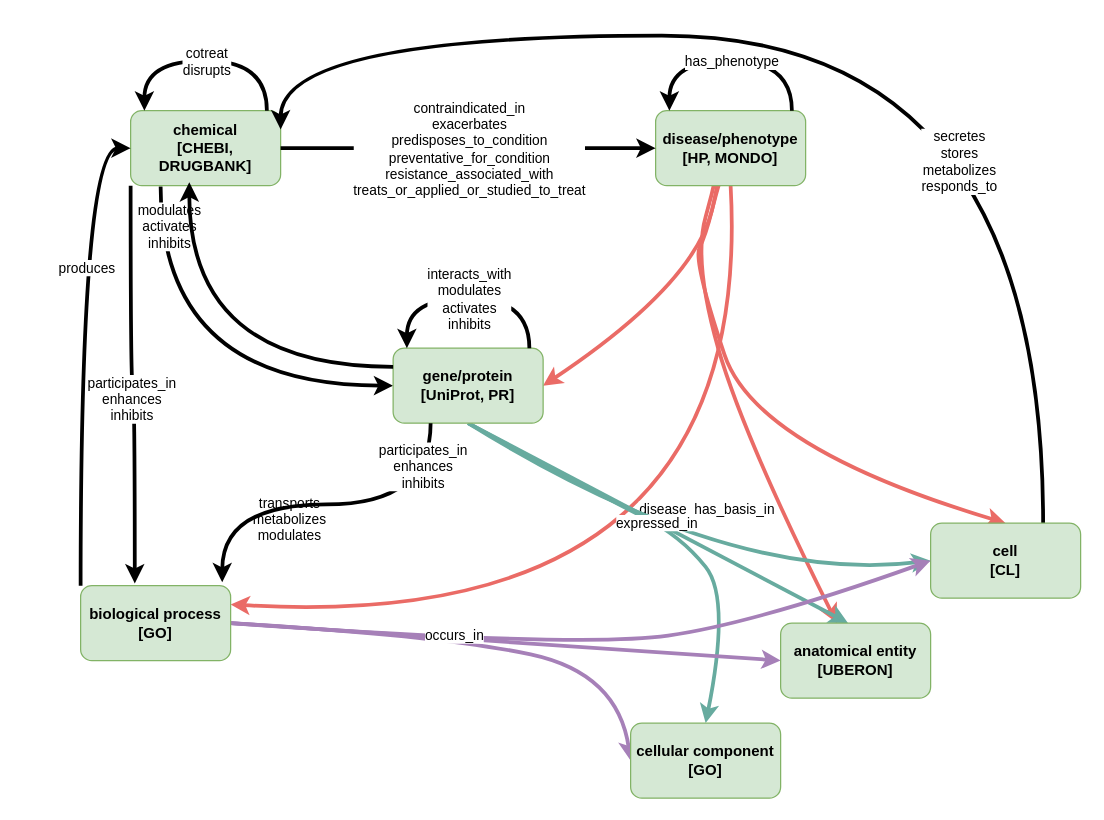
Above: docs/tmkp-targeted-kg.drawio in UCDenver-ccp/translator-relation-extraction (draw.io), before the change. Source tidied: cells renumbered, new cells numbered last; positions are measured from the earlier drawing's top-left corner, leaving out a move shared by most shapes. Both pictures are drawn from the tidied source at 125%, with x=0, y=0 at pixel (80, 35).
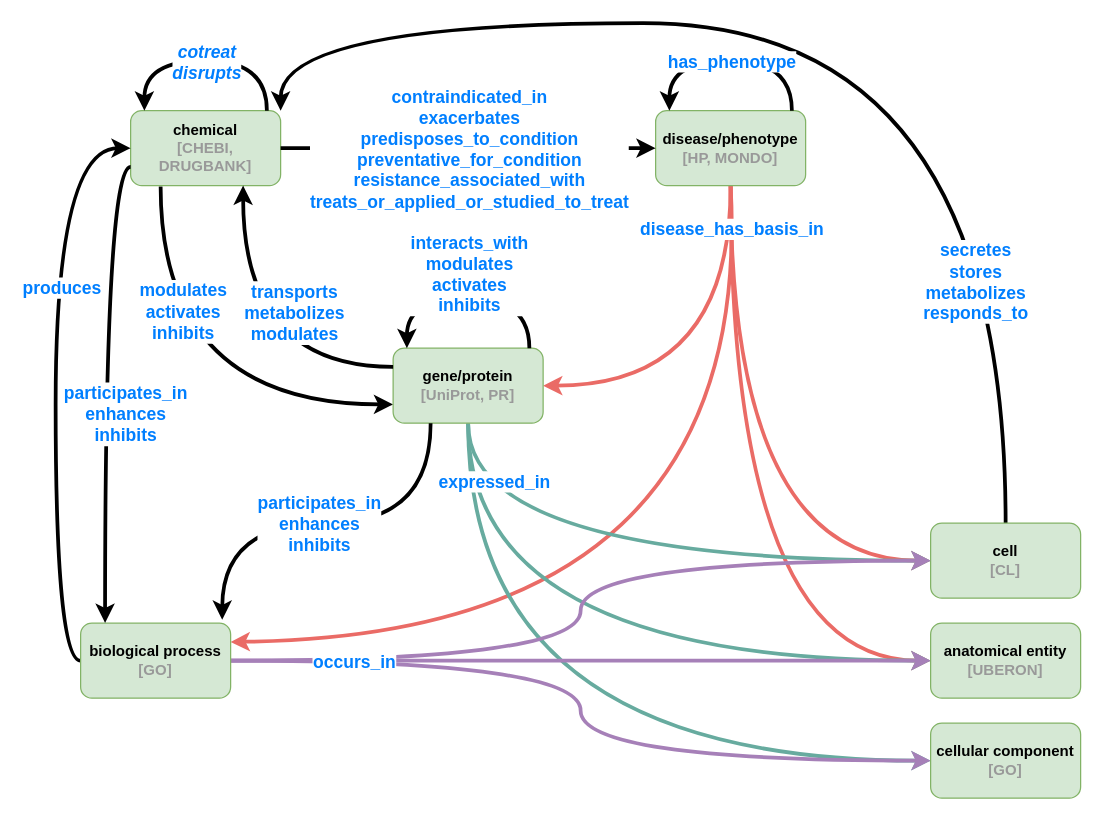
After the change.

Unchanged cells that the change refers to:
```xml
<mxCell id="28" style="endArrow=classic;html=1;rounded=0;exitX=1;exitY=0.5;exitDx=0;exitDy=0;entryX=0;entryY=0.5;entryDx=0;entryDy=0;curved=1;strokeWidth=3;" parent="1" edge="1" source="4" target="10">
  <mxGeometry relative="1" as="geometry" />
</mxCell>
<mxCell id="30" style="edgeStyle=orthogonalEdgeStyle;rounded=0;orthogonalLoop=1;jettySize=auto;html=1;curved=1;strokeWidth=3;" parent="1" edge="1">
  <mxGeometry relative="1" as="geometry">
    <mxPoint x="359" y="250" as="sourcePoint" />
    <mxPoint x="261" y="250" as="targetPoint" />
    <Array as="points">
      <mxPoint x="359" y="210" />
      <mxPoint x="261" y="210" />
    </Array>
  </mxGeometry>
</mxCell>
<mxCell id="34" style="edgeStyle=orthogonalEdgeStyle;rounded=0;orthogonalLoop=1;jettySize=auto;html=1;curved=1;strokeWidth=3;" parent="1" edge="1">
  <mxGeometry relative="1" as="geometry">
    <mxPoint x="149" y="60" as="sourcePoint" />
    <mxPoint x="51" y="60" as="targetPoint" />
    <Array as="points">
      <mxPoint x="149" y="20" />
      <mxPoint x="51" y="20" />
    </Array>
  </mxGeometry>
</mxCell>
<mxCell id="36" style="edgeStyle=orthogonalEdgeStyle;rounded=0;orthogonalLoop=1;jettySize=auto;html=1;curved=1;strokeWidth=3;" parent="1" edge="1">
  <mxGeometry relative="1" as="geometry">
    <mxPoint x="569" y="60" as="sourcePoint" />
    <mxPoint x="471" y="60" as="targetPoint" />
    <Array as="points">
      <mxPoint x="569" y="20" />
      <mxPoint x="471" y="20" />
    </Array>
  </mxGeometry>
</mxCell>
<mxCell id="38" style="edgeStyle=orthogonalEdgeStyle;rounded=0;jettySize=auto;html=1;exitX=0.25;exitY=1;exitDx=0;exitDy=0;entryX=0.944;entryY=-0.045;entryDx=0;entryDy=0;entryPerimeter=0;strokeWidth=3;curved=1;" parent="1" edge="1" source="15" target="25">
  <mxGeometry relative="1" as="geometry" />
</mxCell>
```

Change to the diagram source:
```diff
@@
-    <mxCell id="2" style="edgeStyle=orthogonalEdgeStyle;rounded=0;jettySize=auto;html=1;exitX=0.2;exitY=1.011;exitDx=0;exitDy=0;entryX=0;entryY=0.5;entryDx=0;entryDy=0;curved=1;strokeWidth=3;exitPerimeter=0;" parent="1" edge="1" source="4" target="15">
+    <mxCell id="2" style="edgeStyle=orthogonalEdgeStyle;rounded=0;jettySize=auto;html=1;exitX=0.2;exitY=1.011;exitDx=0;exitDy=0;entryX=0;entryY=0.75;entryDx=0;entryDy=0;curved=1;strokeWidth=3;exitPerimeter=0;" parent="1" edge="1" source="4" target="15">
       <mxGeometry relative="1" as="geometry" />
     </mxCell>
-    <mxCell id="3" value="modulates&lt;div&gt;activates&lt;/div&gt;&lt;div&gt;inhibits&lt;/div&gt;" style="edgeLabel;html=1;align=center;verticalAlign=middle;" parent="2" vertex="1">
+    <mxCell id="3" value="modulates&lt;div style=&quot;font-size: 14px;&quot;&gt;activates&lt;/div&gt;&lt;div style=&quot;font-size: 14px;&quot;&gt;inhibits&lt;/div&gt;" style="edgeLabel;html=1;align=center;verticalAlign=middle;fontColor=#007FFF;fontStyle=1;fontSize=14;" parent="2" vertex="1">
       <mxGeometry x="-0.68" y="-1" relative="1" as="geometry">
-        <mxPoint x="7" y="-23" as="offset" />
+        <mxPoint x="18" y="42" as="offset" />
       </mxGeometry>
     </mxCell>
-    <mxCell id="4" value="&lt;b&gt;chemical&lt;/b&gt;&lt;div&gt;&lt;b&gt;[CHEBI, DRUGBANK]&lt;/b&gt;&lt;/div&gt;" style="rounded=1;whiteSpace=wrap;html=1;fillColor=#d5e8d4;strokeColor=#82b366;" parent="1" vertex="1">
+    <mxCell id="4" value="&lt;b&gt;chemical&lt;/b&gt;&lt;div&gt;&lt;b&gt;&lt;font color=&quot;#999999&quot;&gt;[CHEBI, DRUGBANK]&lt;/font&gt;&lt;/b&gt;&lt;/div&gt;" style="rounded=1;whiteSpace=wrap;html=1;fillColor=#d5e8d4;strokeColor=#82b366;" parent="1" vertex="1">
       <mxGeometry x="40" y="60" width="120" height="60" as="geometry" />
     </mxCell>
+    <mxCell id="8" style="rounded=0;jettySize=auto;html=1;entryX=1;entryY=0.25;entryDx=0;entryDy=0;curved=1;strokeWidth=3;strokeColor=#EA6B66;" parent="1" edge="1" target="25">
+      <mxGeometry relative="1" as="geometry">
+        <mxPoint x="520" y="120" as="sourcePoint" />
+        <Array as="points">
+          <mxPoint x="540" y="480" />
+        </Array>
+      </mxGeometry>
+    </mxCell>
+    <mxCell id="6" style="edgeStyle=orthogonalEdgeStyle;rounded=0;jettySize=auto;html=1;exitX=0.5;exitY=1;exitDx=0;exitDy=0;entryX=0;entryY=0.5;entryDx=0;entryDy=0;curved=1;strokeWidth=3;strokeColor=#EA6B66;" parent="1" edge="1" source="10" target="18">
+      <mxGeometry relative="1" as="geometry" />
+    </mxCell>
-    <mxCell id="5" style="rounded=0;jettySize=auto;html=1;exitX=0.5;exitY=1;exitDx=0;exitDy=0;curved=1;strokeWidth=3;strokeColor=#EA6B66;" parent="1" edge="1" source="10" target="27">
-      <mxGeometry relative="1" as="geometry">
-        <Array as="points">
-          <mxPoint x="520" y="40" />
-          <mxPoint x="510" y="110" />
-          <mxPoint x="490" y="180" />
-          <mxPoint x="530" y="320" />
-        </Array>
-      </mxGeometry>
+    <mxCell id="5" style="edgeStyle=orthogonalEdgeStyle;rounded=0;jettySize=auto;html=1;exitX=0.5;exitY=1;exitDx=0;exitDy=0;entryX=0;entryY=0.5;entryDx=0;entryDy=0;curved=1;strokeWidth=3;strokeColor=#EA6B66;" parent="1" edge="1" source="10" target="27">
+      <mxGeometry relative="1" as="geometry" />
     </mxCell>
-    <mxCell id="6" style="rounded=0;jettySize=auto;html=1;exitX=0.5;exitY=1;exitDx=0;exitDy=0;entryX=0.5;entryY=0;entryDx=0;entryDy=0;curved=1;strokeWidth=3;strokeColor=#EA6B66;" parent="1" edge="1" source="10" target="18">
-      <mxGeometry relative="1" as="geometry">
-        <Array as="points">
-          <mxPoint x="520" y="40" />
-          <mxPoint x="510" y="120" />
-          <mxPoint x="500" y="160" />
-          <mxPoint x="490" y="180" />
-          <mxPoint x="540" y="330" />
-        </Array>
-      </mxGeometry>
-    </mxCell>
-    <mxCell id="7" style="rounded=0;jettySize=auto;html=1;exitX=0.5;exitY=1;exitDx=0;exitDy=0;entryX=1;entryY=0.5;entryDx=0;entryDy=0;curved=1;strokeWidth=3;strokeColor=#EA6B66;" parent="1" edge="1" source="10" target="15">
+    <mxCell id="7" style="edgeStyle=orthogonalEdgeStyle;rounded=0;jettySize=auto;html=1;exitX=0.5;exitY=1;exitDx=0;exitDy=0;entryX=1;entryY=0.5;entryDx=0;entryDy=0;curved=1;strokeWidth=3;strokeColor=#EA6B66;" parent="1" edge="1" source="10" target="15">
       <mxGeometry relative="1" as="geometry">
         <Array as="points">
-          <mxPoint x="520" y="80" />
-          <mxPoint x="490" y="200" />
+          <mxPoint x="520" y="280" />
         </Array>
       </mxGeometry>
     </mxCell>
-    <mxCell id="8" style="rounded=0;jettySize=auto;html=1;exitX=0.5;exitY=1;exitDx=0;exitDy=0;entryX=1;entryY=0.25;entryDx=0;entryDy=0;curved=1;strokeWidth=3;strokeColor=#EA6B66;" parent="1" edge="1" source="10" target="25">
-      <mxGeometry relative="1" as="geometry">
-        <Array as="points">
-          <mxPoint x="540" y="480" />
-        </Array>
-      </mxGeometry>
-    </mxCell>
-    <mxCell id="9" value="disease_has_basis_in" style="edgeLabel;html=1;align=center;verticalAlign=middle;" parent="8" vertex="1">
-      <mxGeometry x="-0.88" y="-1" relative="1" as="geometry">
-        <mxPoint x="-21" y="212" as="offset" />
-      </mxGeometry>
+    <mxCell id="9" value="disease_has_basis_in" style="edgeLabel;html=1;align=center;verticalAlign=middle;fontColor=#007FFF;fontStyle=1;fontSize=14;" parent="7" vertex="1">
+      <mxGeometry x="-0.78" relative="1" as="geometry" />
     </mxCell>
-    <mxCell id="10" value="&lt;b&gt;disease/phenotype&lt;/b&gt;&lt;div&gt;&lt;b&gt;[HP, MONDO]&lt;/b&gt;&lt;/div&gt;" style="rounded=1;whiteSpace=wrap;html=1;fillColor=#d5e8d4;strokeColor=#82b366;" parent="1" vertex="1">
+    <mxCell id="10" value="&lt;b&gt;disease/phenotype&lt;/b&gt;&lt;div&gt;&lt;b&gt;&lt;font color=&quot;#999999&quot;&gt;[HP, MONDO]&lt;/font&gt;&lt;/b&gt;&lt;/div&gt;" style="rounded=1;whiteSpace=wrap;html=1;fillColor=#d5e8d4;strokeColor=#82b366;" parent="1" vertex="1">
       <mxGeometry x="460" y="60" width="120" height="60" as="geometry" />
     </mxCell>
-    <mxCell id="11" style="rounded=0;jettySize=auto;html=1;exitX=0.5;exitY=1;exitDx=0;exitDy=0;entryX=0.5;entryY=0;entryDx=0;entryDy=0;curved=1;strokeWidth=3;strokeColor=#67AB9F;" parent="1" edge="1" source="15" target="26">
-      <mxGeometry relative="1" as="geometry">
-        <Array as="points">
-          <mxPoint x="420" y="370" />
-          <mxPoint x="480" y="400" />
-          <mxPoint x="520" y="450" />
-        </Array>
-      </mxGeometry>
+    <mxCell id="11" style="edgeStyle=orthogonalEdgeStyle;rounded=0;jettySize=auto;html=1;exitX=0.5;exitY=1;exitDx=0;exitDy=0;entryX=0;entryY=0.5;entryDx=0;entryDy=0;curved=1;strokeWidth=3;strokeColor=#67AB9F;" parent="1" edge="1" source="15" target="26">
+      <mxGeometry relative="1" as="geometry" />
     </mxCell>
-    <mxCell id="12" style="rounded=0;jettySize=auto;html=1;exitX=0.5;exitY=1;exitDx=0;exitDy=0;entryX=0.45;entryY=0;entryDx=0;entryDy=0;entryPerimeter=0;strokeWidth=3;strokeColor=#67AB9F;" parent="1" edge="1" source="15" target="27">
+    <mxCell id="12" style="edgeStyle=orthogonalEdgeStyle;rounded=0;jettySize=auto;html=1;exitX=0.5;exitY=1;exitDx=0;exitDy=0;entryX=0;entryY=0.5;entryDx=0;entryDy=0;curved=1;strokeWidth=3;strokeColor=#67AB9F;" parent="1" edge="1" source="15" target="27">
       <mxGeometry relative="1" as="geometry" />
     </mxCell>
-    <mxCell id="13" style="rounded=0;jettySize=auto;html=1;exitX=0.5;exitY=1;exitDx=0;exitDy=0;entryX=0;entryY=0.5;entryDx=0;entryDy=0;curved=1;strokeWidth=3;strokeColor=#67AB9F;" parent="1" edge="1" source="15" target="18">
-      <mxGeometry relative="1" as="geometry">
-        <Array as="points">
-          <mxPoint x="520" y="440" />
-        </Array>
-      </mxGeometry>
+    <mxCell id="13" style="edgeStyle=orthogonalEdgeStyle;rounded=0;jettySize=auto;html=1;exitX=0.5;exitY=1;exitDx=0;exitDy=0;entryX=0;entryY=0.5;entryDx=0;entryDy=0;curved=1;strokeWidth=3;strokeColor=#67AB9F;" parent="1" edge="1" source="15" target="18">
+      <mxGeometry relative="1" as="geometry" />
     </mxCell>
-    <mxCell id="14" value="expressed_in" style="edgeLabel;html=1;align=center;verticalAlign=middle;" parent="13" vertex="1">
-      <mxGeometry x="-0.71" y="-2" relative="1" as="geometry">
-        <mxPoint x="101" y="47" as="offset" />
+    <mxCell id="14" value="expressed_in" style="edgeLabel;html=1;align=center;verticalAlign=middle;fontColor=#007FFF;fontSize=14;fontStyle=1;" parent="13" vertex="1">
+      <mxGeometry x="-0.81" y="22" relative="1" as="geometry">
+        <mxPoint x="-2" as="offset" />
       </mxGeometry>
     </mxCell>
-    <mxCell id="15" value="&lt;b&gt;gene/protein&lt;/b&gt;&lt;div&gt;&lt;b&gt;[UniProt, PR&lt;/b&gt;&lt;b style=&quot;background-color: initial;&quot;&gt;]&lt;/b&gt;&lt;/div&gt;" style="rounded=1;whiteSpace=wrap;html=1;fillColor=#d5e8d4;strokeColor=#82b366;" parent="1" vertex="1">
+    <mxCell id="15" value="&lt;b&gt;gene/protein&lt;/b&gt;&lt;div&gt;&lt;font color=&quot;#999999&quot;&gt;&lt;b&gt;[UniProt, PR&lt;/b&gt;&lt;b style=&quot;background-color: initial;&quot;&gt;]&lt;/b&gt;&lt;/font&gt;&lt;/div&gt;" style="rounded=1;whiteSpace=wrap;html=1;fillColor=#d5e8d4;strokeColor=#82b366;" parent="1" vertex="1">
       <mxGeometry x="250" y="250" width="120" height="60" as="geometry" />
     </mxCell>
-    <mxCell id="16" style="edgeStyle=orthogonalEdgeStyle;rounded=0;jettySize=auto;html=1;exitX=0.75;exitY=0;exitDx=0;exitDy=0;entryX=1;entryY=0.25;entryDx=0;entryDy=0;curved=1;strokeWidth=3;" parent="1" edge="1" source="18" target="4">
+    <mxCell id="16" style="edgeStyle=orthogonalEdgeStyle;rounded=0;jettySize=auto;html=1;exitX=0.5;exitY=0;exitDx=0;exitDy=0;entryX=1;entryY=0;entryDx=0;entryDy=0;curved=1;strokeWidth=3;" parent="1" edge="1" source="18" target="4">
       <mxGeometry relative="1" as="geometry">
         <Array as="points">
-          <mxPoint x="770" />
-          <mxPoint x="160" />
+          <mxPoint x="740" y="-10" />
+          <mxPoint x="160" y="-10" />
         </Array>
       </mxGeometry>
     </mxCell>
-    <mxCell id="17" value="secretes&lt;div&gt;stores&lt;/div&gt;&lt;div&gt;metabolizes&lt;/div&gt;&lt;div&gt;responds_to&lt;/div&gt;" style="edgeLabel;html=1;align=center;verticalAlign=middle;" parent="16" vertex="1">
-      <mxGeometry x="0.21" y="-11" relative="1" as="geometry">
-        <mxPoint x="192" y="111" as="offset" />
-      </mxGeometry>
+    <mxCell id="17" value="secretes&lt;div style=&quot;font-size: 14px;&quot;&gt;stores&lt;/div&gt;&lt;div style=&quot;font-size: 14px;&quot;&gt;metabolizes&lt;/div&gt;&lt;div style=&quot;font-size: 14px;&quot;&gt;responds_to&lt;/div&gt;" style="edgeLabel;html=1;align=center;verticalAlign=middle;fontColor=#007FFF;fontSize=14;fontStyle=1;" parent="16" vertex="1">
+      <mxGeometry x="-0.63" y="25" relative="1" as="geometry" />
     </mxCell>
-    <mxCell id="18" value="&lt;div&gt;&lt;b&gt;cell&lt;/b&gt;&lt;/div&gt;&lt;div&gt;&lt;b&gt;[CL]&lt;/b&gt;&lt;/div&gt;" style="rounded=1;whiteSpace=wrap;html=1;fillColor=#d5e8d4;strokeColor=#82b366;" parent="1" vertex="1">
+    <mxCell id="18" value="&lt;div&gt;&lt;b&gt;cell&lt;/b&gt;&lt;/div&gt;&lt;div&gt;&lt;b&gt;&lt;font color=&quot;#999999&quot;&gt;[CL]&lt;/font&gt;&lt;/b&gt;&lt;/div&gt;" style="rounded=1;whiteSpace=wrap;html=1;fillColor=#d5e8d4;strokeColor=#82b366;" parent="1" vertex="1">
       <mxGeometry x="680" y="390" width="120" height="60" as="geometry" />
     </mxCell>
-    <mxCell id="19" style="rounded=0;jettySize=auto;html=1;exitX=1;exitY=0.5;exitDx=0;exitDy=0;entryX=0;entryY=0.5;entryDx=0;entryDy=0;curved=1;strokeColor=#A680B8;strokeWidth=3;" parent="1" edge="1" source="25" target="26">
-      <mxGeometry relative="1" as="geometry">
-        <Array as="points">
-          <mxPoint x="290" y="480" />
-          <mxPoint x="430" y="510" />
-        </Array>
-      </mxGeometry>
-    </mxCell>
@@
-    <mxCell id="21" style="rounded=0;jettySize=auto;html=1;entryX=0;entryY=0.5;entryDx=0;entryDy=0;exitX=1;exitY=0.5;exitDx=0;exitDy=0;curved=1;strokeColor=#A680B8;strokeWidth=3;" parent="1" edge="1" source="25" target="18">
-      <mxGeometry relative="1" as="geometry">
-        <Array as="points">
-          <mxPoint x="400" y="490" />
-          <mxPoint x="540" y="470" />
-        </Array>
-      </mxGeometry>
-    </mxCell>
-    <mxCell id="22" value="occurs_in" style="edgeLabel;html=1;align=center;verticalAlign=middle;" parent="21" vertex="1">
-      <mxGeometry x="-0.81" relative="1" as="geometry">
-        <mxPoint x="125" y="6" as="offset" />
-      </mxGeometry>
-    </mxCell>
-    <mxCell id="23" style="edgeStyle=orthogonalEdgeStyle;rounded=0;jettySize=auto;html=1;exitX=0;exitY=0;exitDx=0;exitDy=0;entryX=0;entryY=0.5;entryDx=0;entryDy=0;curved=1;strokeWidth=3;" parent="1" edge="1" source="25" target="4">
+    <mxCell id="23" style="edgeStyle=orthogonalEdgeStyle;rounded=0;jettySize=auto;html=1;exitX=0;exitY=0.5;exitDx=0;exitDy=0;entryX=0;entryY=0.5;entryDx=0;entryDy=0;curved=1;strokeWidth=3;" parent="1" edge="1" source="25" target="4">
       <mxGeometry relative="1" as="geometry" />
     </mxCell>
-    <mxCell id="24" value="produces" style="edgeLabel;html=1;align=center;verticalAlign=middle;" parent="23" vertex="1">
+    <mxCell id="24" value="produces" style="edgeLabel;html=1;align=center;verticalAlign=middle;fontColor=#007FFF;fontStyle=1;fontSize=14;" parent="23" vertex="1">
       <mxGeometry x="0.3" y="-4" relative="1" as="geometry" />
     </mxCell>
+    <mxCell id="21" style="edgeStyle=orthogonalEdgeStyle;rounded=0;jettySize=auto;html=1;exitX=1;exitY=0.5;exitDx=0;exitDy=0;entryX=0;entryY=0.5;entryDx=0;entryDy=0;curved=1;strokeWidth=3;strokeColor=#A680B8;" parent="1" edge="1" source="25" target="18">
+      <mxGeometry relative="1" as="geometry" />
+    </mxCell>
+    <mxCell id="19" style="edgeStyle=orthogonalEdgeStyle;rounded=0;jettySize=auto;html=1;exitX=1;exitY=0.5;exitDx=0;exitDy=0;entryX=0;entryY=0.5;entryDx=0;entryDy=0;curved=1;strokeWidth=3;strokeColor=#A680B8;" parent="1" edge="1" source="25" target="26">
+      <mxGeometry relative="1" as="geometry" />
+    </mxCell>
+    <mxCell id="22" value="&lt;font color=&quot;#007fff&quot; style=&quot;font-size: 14px;&quot;&gt;&lt;b&gt;occurs_in&lt;/b&gt;&lt;/font&gt;" style="edgeLabel;html=1;align=center;verticalAlign=middle;" parent="19" vertex="1">
+      <mxGeometry x="-0.79" y="-1" relative="1" as="geometry">
+        <mxPoint x="31" y="-1" as="offset" />
+      </mxGeometry>
+    </mxCell>
-    <mxCell id="25" value="&lt;div&gt;&lt;b&gt;biological process&lt;/b&gt;&lt;/div&gt;&lt;div&gt;&lt;b&gt;[GO]&lt;/b&gt;&lt;/div&gt;" style="rounded=1;whiteSpace=wrap;html=1;fillColor=#d5e8d4;strokeColor=#82b366;" parent="1" vertex="1">
-      <mxGeometry y="440" width="120" height="60" as="geometry" />
+    <mxCell id="25" value="&lt;div&gt;&lt;b&gt;biological process&lt;/b&gt;&lt;/div&gt;&lt;div&gt;&lt;b&gt;&lt;font color=&quot;#999999&quot;&gt;[GO]&lt;/font&gt;&lt;/b&gt;&lt;/div&gt;" style="rounded=1;whiteSpace=wrap;html=1;fillColor=#d5e8d4;strokeColor=#82b366;" parent="1" vertex="1">
+      <mxGeometry y="470" width="120" height="60" as="geometry" />
     </mxCell>
-    <mxCell id="26" value="&lt;div&gt;&lt;b&gt;cellular component [GO]&lt;/b&gt;&lt;/div&gt;" style="rounded=1;whiteSpace=wrap;html=1;fillColor=#d5e8d4;strokeColor=#82b366;" parent="1" vertex="1">
-      <mxGeometry x="440" y="550" width="120" height="60" as="geometry" />
+    <mxCell id="26" value="&lt;div&gt;&lt;b&gt;cellular component &lt;font color=&quot;#999999&quot;&gt;[GO]&lt;/font&gt;&lt;/b&gt;&lt;/div&gt;" style="rounded=1;whiteSpace=wrap;html=1;fillColor=#d5e8d4;strokeColor=#82b366;" parent="1" vertex="1">
+      <mxGeometry x="680" y="550" width="120" height="60" as="geometry" />
     </mxCell>
-    <mxCell id="27" value="&lt;b&gt;anatomical entity&lt;/b&gt;&lt;br&gt;&lt;div&gt;&lt;b&gt;[UBERON]&lt;/b&gt;&lt;/div&gt;" style="rounded=1;whiteSpace=wrap;html=1;fillColor=#d5e8d4;strokeColor=#82b366;" parent="1" vertex="1">
-      <mxGeometry x="560" y="470" width="120" height="60" as="geometry" />
+    <mxCell id="27" value="&lt;b&gt;anatomical entity&lt;/b&gt;&lt;br&gt;&lt;div&gt;&lt;b&gt;&lt;font color=&quot;#999999&quot;&gt;[UBERON]&lt;/font&gt;&lt;/b&gt;&lt;/div&gt;" style="rounded=1;whiteSpace=wrap;html=1;fillColor=#d5e8d4;strokeColor=#82b366;" parent="1" vertex="1">
+      <mxGeometry x="680" y="470" width="120" height="60" as="geometry" />
     </mxCell>
@@
-    <mxCell id="29" value="contraindicated_in&lt;div&gt;exacerbates&lt;/div&gt;&lt;div&gt;predisposes_to_condition&lt;/div&gt;&lt;div&gt;preventative_for_condition&lt;/div&gt;&lt;div&gt;resistance_associated_with&lt;/div&gt;&lt;div&gt;treats_or_applied_or_studied_to_treat&lt;/div&gt;" style="edgeLabel;html=1;align=center;verticalAlign=middle;" parent="28" vertex="1">
+    <mxCell id="29" value="contraindicated_in&lt;div style=&quot;font-size: 14px;&quot;&gt;exacerbates&lt;/div&gt;&lt;div style=&quot;font-size: 14px;&quot;&gt;predisposes_to_condition&lt;/div&gt;&lt;div style=&quot;font-size: 14px;&quot;&gt;preventative_for_condition&lt;/div&gt;&lt;div style=&quot;font-size: 14px;&quot;&gt;resistance_associated_with&lt;/div&gt;&lt;div style=&quot;font-size: 14px;&quot;&gt;treats_or_applied_or_studied_to_treat&lt;/div&gt;" style="edgeLabel;html=1;align=center;verticalAlign=middle;fontColor=#007FFF;fontStyle=1;fontSize=14;" parent="28" vertex="1">
       <mxGeometry x="0.42" y="-32" relative="1" as="geometry">
         <mxPoint x="-63" y="-32" as="offset" />
       </mxGeometry>
     </mxCell>
@@
-    <mxCell id="31" value="interacts_with&lt;div&gt;modulates&lt;/div&gt;&lt;div&gt;activates&lt;/div&gt;&lt;div&gt;inhibits&lt;/div&gt;" style="edgeLabel;html=1;align=center;verticalAlign=middle;" parent="30" vertex="1">
+    <mxCell id="31" value="interacts_with&lt;div style=&quot;font-size: 14px;&quot;&gt;modulates&lt;/div&gt;&lt;div style=&quot;font-size: 14px;&quot;&gt;activates&lt;/div&gt;&lt;div style=&quot;font-size: 14px;&quot;&gt;inhibits&lt;/div&gt;" style="edgeLabel;html=1;align=center;verticalAlign=middle;fontColor=#007FFF;fontSize=14;fontStyle=1;" parent="30" vertex="1">
       <mxGeometry x="-0.02" relative="1" as="geometry">
-        <mxPoint x="-2" as="offset" />
+        <mxPoint x="-2" y="-20" as="offset" />
       </mxGeometry>
     </mxCell>
-    <mxCell id="32" style="edgeStyle=orthogonalEdgeStyle;rounded=0;jettySize=auto;html=1;exitX=0;exitY=0.25;exitDx=0;exitDy=0;entryX=0.391;entryY=0.955;entryDx=0;entryDy=0;curved=1;strokeWidth=3;entryPerimeter=0;" parent="1" edge="1" source="15" target="4">
+    <mxCell id="32" style="edgeStyle=orthogonalEdgeStyle;rounded=0;jettySize=auto;html=1;exitX=0;exitY=0.25;exitDx=0;exitDy=0;entryX=0.75;entryY=1;entryDx=0;entryDy=0;curved=1;strokeWidth=3;" parent="1" edge="1" source="15" target="4">
       <mxGeometry relative="1" as="geometry" />
     </mxCell>
-    <mxCell id="33" value="transports&lt;div&gt;metabolizes&lt;/div&gt;&lt;div&gt;modulates&lt;/div&gt;" style="edgeLabel;html=1;align=center;verticalAlign=middle;" parent="32" vertex="1">
+    <mxCell id="33" value="transports&lt;div style=&quot;font-size: 14px;&quot;&gt;metabolizes&lt;/div&gt;&lt;div style=&quot;font-size: 14px;&quot;&gt;modulates&lt;/div&gt;" style="edgeLabel;html=1;align=center;verticalAlign=middle;fontColor=#007FFF;fontSize=14;fontStyle=1;" parent="32" vertex="1">
       <mxGeometry x="0.43" y="-5" relative="1" as="geometry">
-        <mxPoint x="75" y="180" as="offset" />
+        <mxPoint x="35" y="25" as="offset" />
       </mxGeometry>
     </mxCell>
@@
-    <mxCell id="35" value="cotreat&lt;div&gt;disrupts&lt;/div&gt;" style="edgeLabel;html=1;align=center;verticalAlign=middle;" parent="34" vertex="1">
+    <mxCell id="35" value="cotreat&lt;div style=&quot;font-size: 14px;&quot;&gt;disrupts&lt;/div&gt;" style="edgeLabel;html=1;align=center;verticalAlign=middle;fontSize=14;fontStyle=3;fontColor=#007FFF;" parent="34" vertex="1">
       <mxGeometry x="-0.02" relative="1" as="geometry">
         <mxPoint x="-2" as="offset" />
       </mxGeometry>
     </mxCell>
@@
-    <mxCell id="37" value="has_phenotype" style="edgeLabel;html=1;align=center;verticalAlign=middle;" parent="36" vertex="1">
+    <mxCell id="37" value="has_phenotype" style="edgeLabel;html=1;align=center;verticalAlign=middle;fontColor=#007FFF;fontSize=14;fontStyle=1;" parent="36" vertex="1">
       <mxGeometry x="-0.02" relative="1" as="geometry">
         <mxPoint x="-2" as="offset" />
       </mxGeometry>
     </mxCell>
@@
-    <mxCell id="39" value="participates_in&lt;div&gt;enhances&lt;/div&gt;&lt;div&gt;inhibits&lt;/div&gt;" style="edgeLabel;html=1;align=center;verticalAlign=middle;" parent="38" vertex="1">
-      <mxGeometry x="-0.77" y="-7" relative="1" as="geometry" />
+    <mxCell id="39" value="participates_in&lt;div style=&quot;font-size: 14px;&quot;&gt;enhances&lt;/div&gt;&lt;div style=&quot;font-size: 14px;&quot;&gt;inhibits&lt;/div&gt;" style="edgeLabel;html=1;align=center;verticalAlign=middle;fontColor=#007FFF;fontSize=14;fontStyle=1;" parent="38" vertex="1">
+      <mxGeometry x="-0.77" y="-7" relative="1" as="geometry">
+        <mxPoint x="-83" y="43" as="offset" />
+      </mxGeometry>
     </mxCell>
-    <mxCell id="40" style="edgeStyle=orthogonalEdgeStyle;rounded=0;jettySize=auto;html=1;exitX=0;exitY=1;exitDx=0;exitDy=0;entryX=0.361;entryY=-0.03;entryDx=0;entryDy=0;entryPerimeter=0;curved=1;strokeWidth=3;" parent="1" edge="1" source="4" target="25">
+    <mxCell id="40" style="edgeStyle=orthogonalEdgeStyle;rounded=0;jettySize=auto;html=1;exitX=0;exitY=0.75;exitDx=0;exitDy=0;entryX=0.163;entryY=-0.003;entryDx=0;entryDy=0;entryPerimeter=0;curved=1;strokeWidth=3;" parent="1" edge="1" source="4" target="25">
       <mxGeometry relative="1" as="geometry" />
     </mxCell>
-    <mxCell id="41" value="participates_in&lt;div&gt;enhances&lt;/div&gt;&lt;div&gt;inhibits&lt;/div&gt;" style="edgeLabel;html=1;align=center;verticalAlign=middle;" parent="40" vertex="1">
+    <mxCell id="41" value="participates_in&lt;div style=&quot;font-size: 14px;&quot;&gt;enhances&lt;/div&gt;&lt;div style=&quot;font-size: 14px;&quot;&gt;inhibits&lt;/div&gt;" style="edgeLabel;html=1;align=center;verticalAlign=middle;fontColor=#007FFF;fontStyle=1;fontSize=14;" parent="40" vertex="1">
       <mxGeometry x="-0.22" y="-2" relative="1" as="geometry">
-        <mxPoint x="2" y="45" as="offset" />
+        <mxPoint x="18" y="68" as="offset" />
       </mxGeometry>
     </mxCell>
```
